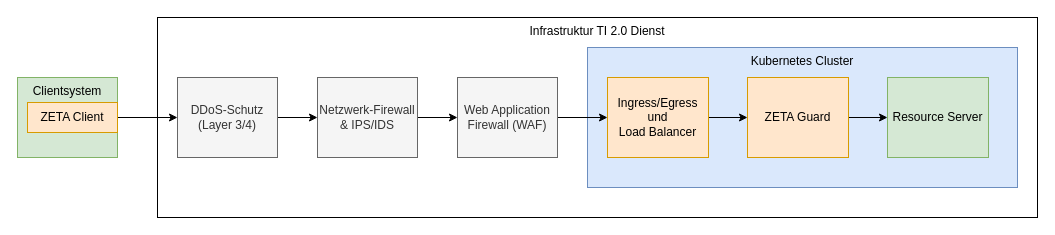
gematik/zeta keeps this draw.io diagram as src/drawio/zeta-guard-integration-guide/zeta-guard-deployment-view.drawio. Above is the earlier version. Source tidied: cells renumbered, new cells numbered last; positions are measured from the earlier drawing's top-left corner, leaving out a move shared by most shapes. Both pictures are drawn from the tidied source at 100%, with x=0, y=0 at pixel (17, 17).
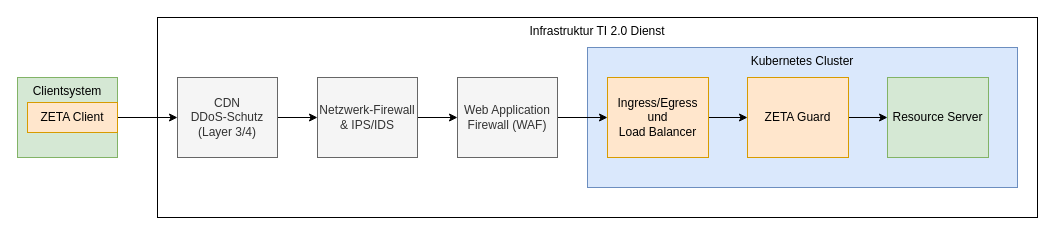
The same diagram, later.

Commit message (it also covers changes not shown here):
feat: update ZETA Guard integration guide and deployment diagram for clarity and accuracy

Diff of the diagram source:
```diff
@@
 <mxGraphModel>
   <root>
     <mxCell id="0" />
     <mxCell id="1" parent="0" />
     <mxCell id="2" value="Infrastruktur TI 2.0 Dienst" style="rounded=0;whiteSpace=wrap;html=1;verticalAlign=top;" parent="1" vertex="1">
       <mxGeometry x="140" width="880" height="200" as="geometry" />
     </mxCell>
     <mxCell id="3" value="Kubernetes Cluster" style="rounded=0;whiteSpace=wrap;html=1;verticalAlign=top;fillColor=#dae8fc;strokeColor=#6c8ebf;" parent="1" vertex="1">
       <mxGeometry x="570" y="30" width="430" height="140" as="geometry" />
     </mxCell>
     <mxCell id="4" style="edgeStyle=orthogonalEdgeStyle;rounded=0;jettySize=auto;html=1;" parent="1" edge="1" source="5" target="13">
       <mxGeometry relative="1" as="geometry" />
     </mxCell>
-    <mxCell id="5" value="&lt;div&gt;DDoS-Schutz&lt;/div&gt;&lt;div&gt;(Layer 3/4)&lt;/div&gt;" style="rounded=0;whiteSpace=wrap;html=1;fillColor=#f5f5f5;fontColor=#333333;strokeColor=#666666;" parent="1" vertex="1">
+    <mxCell id="5" value="&lt;div&gt;CDN&lt;/div&gt;&lt;div&gt;DDoS-Schutz&lt;/div&gt;&lt;div&gt;(Layer 3/4)&lt;/div&gt;" style="rounded=0;whiteSpace=wrap;html=1;fillColor=#f5f5f5;fontColor=#333333;strokeColor=#666666;" parent="1" vertex="1">
       <mxGeometry x="160" y="60" width="100" height="80" as="geometry" />
     </mxCell>
     <mxCell id="6" style="edgeStyle=orthogonalEdgeStyle;rounded=0;jettySize=auto;html=1;" parent="1" edge="1" source="7" target="5">
       <mxGeometry relative="1" as="geometry" />
     </mxCell>
     <mxCell id="7" value="Clientsystem" style="rounded=0;whiteSpace=wrap;html=1;verticalAlign=top;fillColor=#d5e8d4;strokeColor=#82b366;" parent="1" vertex="1">
       <mxGeometry y="60" width="100" height="80" as="geometry" />
     </mxCell>
     <mxCell id="8" style="edgeStyle=orthogonalEdgeStyle;rounded=0;jettySize=auto;html=1;entryX=0;entryY=0.5;entryDx=0;entryDy=0;" parent="1" edge="1" source="9" target="14">
       <mxGeometry relative="1" as="geometry" />
     </mxCell>
     <mxCell id="9" value="&lt;div style=&quot;text-align: start;&quot;&gt;ZETA Guard&lt;/div&gt;" style="rounded=0;whiteSpace=wrap;html=1;fillColor=#ffe6cc;strokeColor=#d79b00;" parent="1" vertex="1">
       <mxGeometry x="730" y="60" width="101" height="80" as="geometry" />
     </mxCell>
     <mxCell id="10" style="edgeStyle=orthogonalEdgeStyle;rounded=0;jettySize=auto;html=1;entryX=0;entryY=0.5;entryDx=0;entryDy=0;" parent="1" edge="1" source="11" target="17">
       <mxGeometry relative="1" as="geometry" />
     </mxCell>
     <mxCell id="11" value="&lt;div style=&quot;&quot;&gt;&lt;div&gt;&lt;span style=&quot;background-color: transparent; color: light-dark(rgb(51, 51, 51), rgb(193, 193, 193));&quot;&gt;Web Application&lt;/span&gt;&lt;/div&gt;&lt;div&gt;&lt;span style=&quot;background-color: transparent; color: light-dark(rgb(51, 51, 51), rgb(193, 193, 193));&quot;&gt;Firewall (WAF)&lt;/span&gt;&lt;/div&gt;&lt;/div&gt;" style="rounded=0;whiteSpace=wrap;html=1;align=center;fillColor=#f5f5f5;fontColor=#333333;strokeColor=#666666;" parent="1" vertex="1">
       <mxGeometry x="440" y="60" width="100" height="80" as="geometry" />
     </mxCell>
     <mxCell id="12" style="edgeStyle=orthogonalEdgeStyle;rounded=0;jettySize=auto;html=1;entryX=0;entryY=0.5;entryDx=0;entryDy=0;" parent="1" edge="1" source="13" target="11">
       <mxGeometry relative="1" as="geometry" />
     </mxCell>
     <mxCell id="13" value="&lt;div&gt;Netzwerk-Firewall&lt;/div&gt;&lt;div&gt;&amp;amp; IPS/IDS&lt;/div&gt;" style="rounded=0;whiteSpace=wrap;html=1;fillColor=#f5f5f5;fontColor=#333333;strokeColor=#666666;" parent="1" vertex="1">
       <mxGeometry x="300" y="60" width="100" height="80" as="geometry" />
     </mxCell>
     <mxCell id="14" value="&lt;div style=&quot;text-align: start;&quot;&gt;Resource Server&lt;/div&gt;" style="rounded=0;whiteSpace=wrap;html=1;fillColor=#d5e8d4;strokeColor=#82b366;" parent="1" vertex="1">
       <mxGeometry x="870" y="60" width="101" height="80" as="geometry" />
     </mxCell>
     <mxCell id="15" value="ZETA Client" style="rounded=0;whiteSpace=wrap;html=1;fillColor=#ffe6cc;strokeColor=#d79b00;" parent="1" vertex="1">
       <mxGeometry x="10" y="85" width="90" height="30" as="geometry" />
     </mxCell>
     <mxCell id="16" style="edgeStyle=none;html=1;entryX=0;entryY=0.5;entryDx=0;entryDy=0;" parent="1" edge="1" source="17" target="9">
       <mxGeometry relative="1" as="geometry" />
     </mxCell>
     <mxCell id="17" value="&lt;div style=&quot;&quot;&gt;Ingress/Egress und&lt;/div&gt;&lt;div style=&quot;&quot;&gt;Load Balancer&lt;/div&gt;" style="rounded=0;whiteSpace=wrap;html=1;fillColor=#ffe6cc;strokeColor=#d79b00;align=center;" parent="1" vertex="1">
       <mxGeometry x="590" y="60" width="101" height="80" as="geometry" />
     </mxCell>
   </root>
 </mxGraphModel>
```
